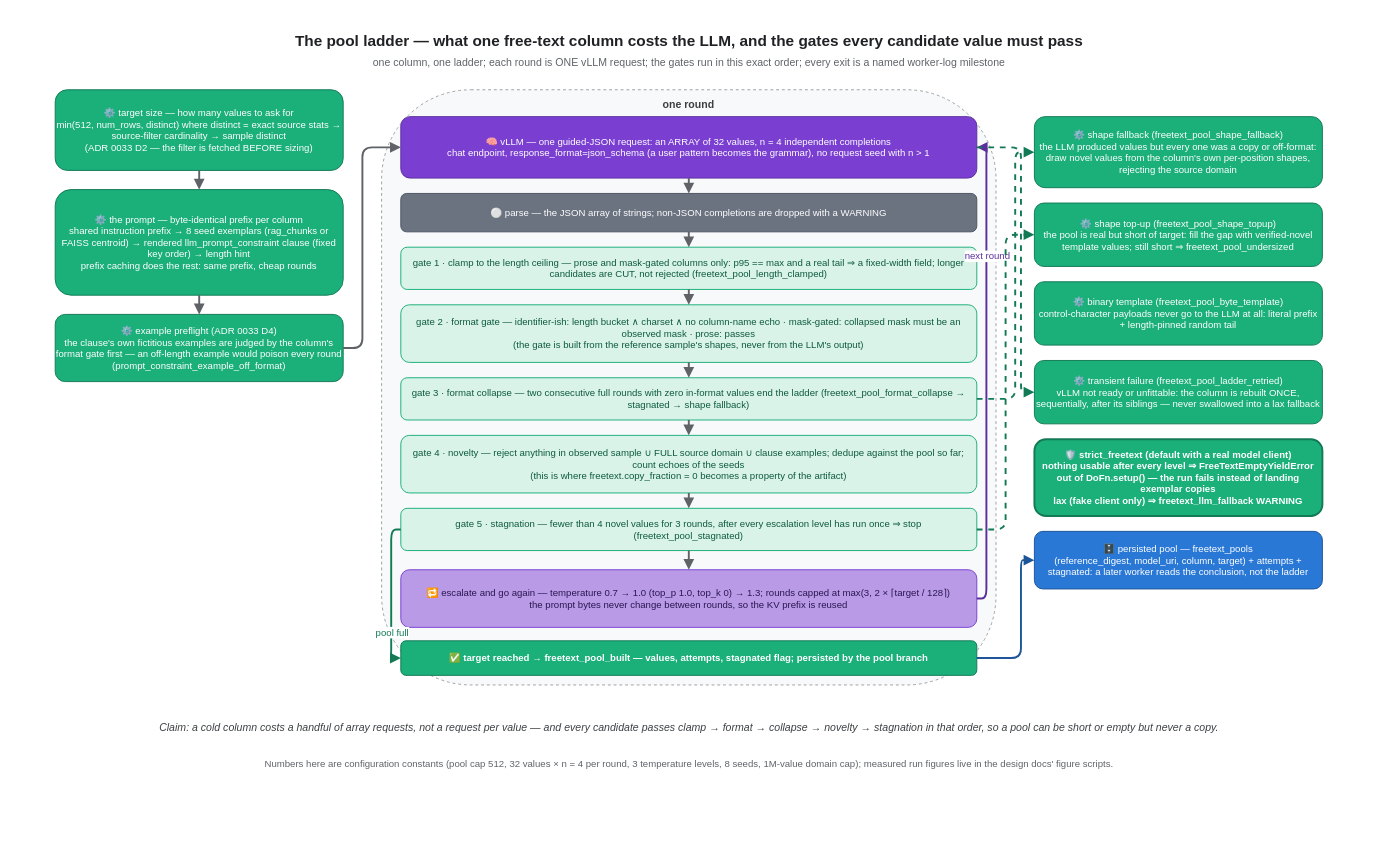
Earlier version of the draw.io diagram docs/articles/assets/freetext-pool-ladder.drawio (albertols/synthetic-llm-dataflow-bigquery). Source tidied: cells renumbered, new cells numbered last; positions are measured from the earlier drawing's top-left corner, leaving out a move shared by most shapes. Both pictures are drawn from the tidied source at 96%, with x=0, y=0 at pixel (16, 16).
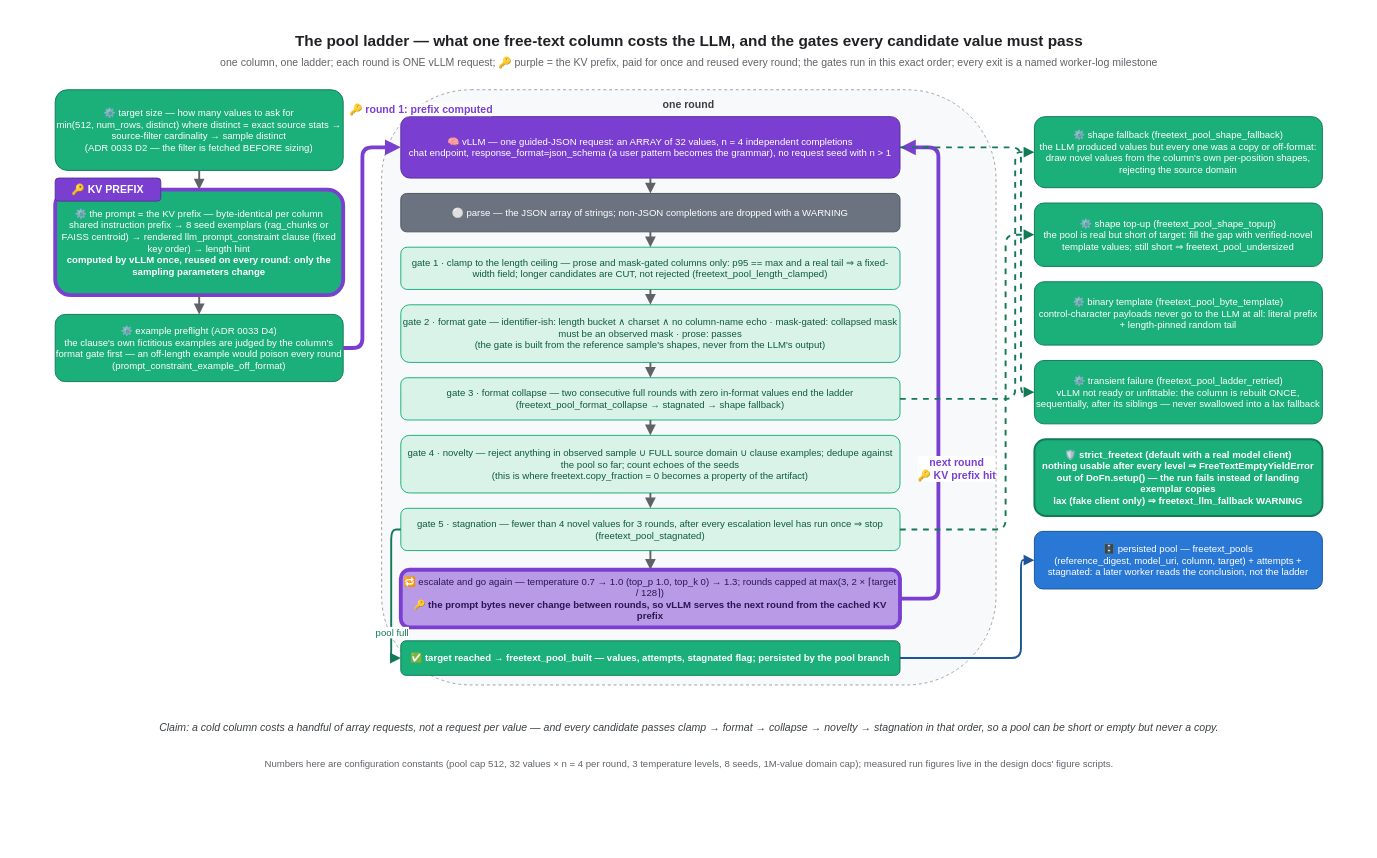
The same page after the edit.

Commit message (it also covers changes not shown here):
docs(articles): article 2 revision — lesson/fix labels, pool-cap section, KV-prefix + numbered-arrow figures, references

Unchanged cells that the change refers to:
```xml
<mxCell id="7" value="⚙️ example preflight (ADR 0033 D4)&lt;br&gt;the clause's own fictitious examples are judged by the column's format gate first — an off-length example would poison every round&lt;br&gt;(prompt_constraint_example_off_format)" style="rounded=1;whiteSpace=wrap;html=1;fillColor=#1baf7a;strokeColor=#127a55;fontColor=#ffffff;fontSize=10;align=center;" parent="1" vertex="1">
  <mxGeometry x="40" y="310" width="300" height="70" as="geometry" />
</mxCell>
```

Change to the diagram source:
```diff
@@
-    <mxCell id="4" value="one column, one ladder; each round is ONE vLLM request; the gates run in this exact order; every exit is a named worker-log milestone" style="text;html=1;align=center;verticalAlign=middle;fontSize=11;fontColor=#5f6368;" parent="1" vertex="1">
+    <mxCell id="4" value="one column, one ladder; each round is ONE vLLM request; 🔑 purple = the KV prefix, paid for once and reused every round; the gates run in this exact order; every exit is a named worker-log milestone" style="text;html=1;align=center;verticalAlign=middle;fontSize=11;fontColor=#5f6368;" parent="1" vertex="1">
       <mxGeometry x="100" y="38" width="1200" height="20" as="geometry" />
     </mxCell>
@@
-    <mxCell id="6" value="⚙️ the prompt — byte-identical prefix per column&lt;br&gt;shared instruction prefix → 8 seed exemplars (rag_chunks or FAISS centroid) → rendered llm_prompt_constraint clause (fixed key order) → length hint&lt;br&gt;prefix caching does the rest: same prefix, cheap rounds" style="rounded=1;whiteSpace=wrap;html=1;fillColor=#1baf7a;strokeColor=#127a55;fontColor=#ffffff;fontSize=10;align=center;" parent="1" vertex="1">
+    <mxCell id="6" value="⚙️ the prompt = the KV prefix — byte-identical per column&lt;br&gt;shared instruction prefix → 8 seed exemplars (rag_chunks or FAISS centroid) → rendered llm_prompt_constraint clause (fixed key order) → length hint&lt;br&gt;&lt;b&gt;computed by vLLM once, reused on every round: only the sampling parameters change&lt;/b&gt;" style="rounded=1;whiteSpace=wrap;html=1;fillColor=#1baf7a;strokeColor=#7a3fd1;strokeWidth=4;fontColor=#ffffff;fontSize=10;align=center;" parent="1" vertex="1">
       <mxGeometry x="40" y="180" width="300" height="110" as="geometry" />
     </mxCell>
+    <mxCell id="44" value="🔑 KV PREFIX" style="rounded=1;whiteSpace=wrap;html=1;fillColor=#7a3fd1;strokeColor=#5a2f9d;fontColor=#ffffff;fontSize=11;fontStyle=1;align=center;" parent="1" vertex="1">
+      <mxGeometry x="40" y="168" width="110" height="24" as="geometry" />
+    </mxCell>
@@
     <mxCell id="11" value="🧠 vLLM — one guided-JSON request: an ARRAY of 32 values, n = 4 independent completions&lt;br&gt;chat endpoint, response_format=json_schema (a user pattern becomes the grammar), no request seed with n &gt; 1" style="rounded=1;whiteSpace=wrap;html=1;fillColor=#7a3fd1;strokeColor=#5a2f9d;fontColor=#ffffff;fontSize=10;align=center;" parent="1" vertex="1">
-      <mxGeometry x="400" y="104" width="600" height="64" as="geometry" />
+      <mxGeometry x="400" y="104" width="520" height="64" as="geometry" />
     </mxCell>
     <mxCell id="12" value="⚪ parse — the JSON array of strings; non-JSON completions are dropped with a WARNING" style="rounded=1;whiteSpace=wrap;html=1;fillColor=#6b7280;strokeColor=#4b5563;fontColor=#ffffff;fontSize=10;align=center;" parent="1" vertex="1">
-      <mxGeometry x="400" y="184" width="600" height="40" as="geometry" />
+      <mxGeometry x="400" y="184" width="520" height="40" as="geometry" />
     </mxCell>
     <mxCell id="13" value="gate 1 · clamp to the length ceiling — prose and mask-gated columns only: p95 == max and a real tail ⇒ a fixed-width field; longer candidates are CUT, not rejected (freetext_pool_length_clamped)" style="rounded=1;whiteSpace=wrap;html=1;fillColor=#d9f3e8;strokeColor=#1baf7a;fontColor=#0e5a3e;fontSize=10;align=center;" parent="1" vertex="1">
-      <mxGeometry x="400" y="240" width="600" height="44" as="geometry" />
+      <mxGeometry x="400" y="240" width="520" height="44" as="geometry" />
     </mxCell>
     <mxCell id="14" value="gate 2 · format gate — identifier-ish: length bucket ∧ charset ∧ no column-name echo · mask-gated: collapsed mask must be an observed mask · prose: passes&lt;br&gt;(the gate is built from the reference sample's shapes, never from the LLM's output)" style="rounded=1;whiteSpace=wrap;html=1;fillColor=#d9f3e8;strokeColor=#1baf7a;fontColor=#0e5a3e;fontSize=10;align=center;" parent="1" vertex="1">
-      <mxGeometry x="400" y="300" width="600" height="60" as="geometry" />
+      <mxGeometry x="400" y="300" width="520" height="60" as="geometry" />
     </mxCell>
     <mxCell id="15" value="gate 3 · format collapse — two consecutive full rounds with zero in-format values end the ladder (freetext_pool_format_collapse → stagnated → shape fallback)" style="rounded=1;whiteSpace=wrap;html=1;fillColor=#d9f3e8;strokeColor=#1baf7a;fontColor=#0e5a3e;fontSize=10;align=center;" parent="1" vertex="1">
-      <mxGeometry x="400" y="376" width="600" height="44" as="geometry" />
+      <mxGeometry x="400" y="376" width="520" height="44" as="geometry" />
     </mxCell>
     <mxCell id="16" value="gate 4 · novelty — reject anything in observed sample ∪ FULL source domain ∪ clause examples; dedupe against the pool so far; count echoes of the seeds&lt;br&gt;(this is where freetext.copy_fraction = 0 becomes a property of the artifact)" style="rounded=1;whiteSpace=wrap;html=1;fillColor=#d9f3e8;strokeColor=#1baf7a;fontColor=#0e5a3e;fontSize=10;align=center;" parent="1" vertex="1">
-      <mxGeometry x="400" y="436" width="600" height="60" as="geometry" />
+      <mxGeometry x="400" y="436" width="520" height="60" as="geometry" />
     </mxCell>
     <mxCell id="17" value="gate 5 · stagnation — fewer than 4 novel values for 3 rounds, after every escalation level has run once ⇒ stop (freetext_pool_stagnated)" style="rounded=1;whiteSpace=wrap;html=1;fillColor=#d9f3e8;strokeColor=#1baf7a;fontColor=#0e5a3e;fontSize=10;align=center;" parent="1" vertex="1">
-      <mxGeometry x="400" y="512" width="600" height="44" as="geometry" />
+      <mxGeometry x="400" y="512" width="520" height="44" as="geometry" />
     </mxCell>
-    <mxCell id="18" value="🔁 escalate and go again — temperature 0.7 → 1.0 (top_p 1.0, top_k 0) → 1.3; rounds capped at max(3, 2 × ⌈target / 128⌉)&lt;br&gt;the prompt bytes never change between rounds, so the KV prefix is reused" style="rounded=1;whiteSpace=wrap;html=1;fillColor=#b89ae6;strokeColor=#7a3fd1;fontColor=#2b1651;fontSize=10;align=center;" parent="1" vertex="1">
-      <mxGeometry x="400" y="576" width="600" height="60" as="geometry" />
+    <mxCell id="18" value="🔁 escalate and go again — temperature 0.7 → 1.0 (top_p 1.0, top_k 0) → 1.3; rounds capped at max(3, 2 × ⌈target / 128⌉)&lt;br&gt;&lt;b&gt;🔑 the prompt bytes never change between rounds, so vLLM serves the next round from the cached KV prefix&lt;/b&gt;" style="rounded=1;whiteSpace=wrap;html=1;fillColor=#b89ae6;strokeColor=#7a3fd1;strokeWidth=4;fontColor=#2b1651;fontSize=10;align=center;" parent="1" vertex="1">
+      <mxGeometry x="400" y="576" width="520" height="60" as="geometry" />
     </mxCell>
     <mxCell id="19" value="✅ target reached → freetext_pool_built — values, attempts, stagnated flag; persisted by the pool branch" style="rounded=1;whiteSpace=wrap;html=1;fillColor=#1baf7a;strokeColor=#127a55;fontColor=#ffffff;fontSize=10;align=center;fontStyle=1;" parent="1" vertex="1">
-      <mxGeometry x="400" y="650" width="600" height="36" as="geometry" />
+      <mxGeometry x="400" y="650" width="520" height="36" as="geometry" />
     </mxCell>
@@
-    <mxCell id="27" style="edgeStyle=orthogonalEdgeStyle;rounded=1;html=1;strokeColor=#5a2f9d;strokeWidth=2;endArrow=block;endFill=1;exitX=1;exitY=0.5;exitDx=0;exitDy=0;entryX=1;entryY=0.5;entryDx=0;entryDy=0;" parent="1" edge="1" source="18" target="11">
+    <mxCell id="27" style="edgeStyle=orthogonalEdgeStyle;rounded=1;html=1;strokeColor=#7a3fd1;strokeWidth=4;endArrow=block;endFill=1;exitX=1;exitY=0.5;exitDx=0;exitDy=0;entryX=1;entryY=0.5;entryDx=0;entryDy=0;" parent="1" edge="1" source="18" target="11">
       <mxGeometry relative="1" as="geometry">
         <Array as="points">
-          <mxPoint x="1010" y="606" />
-          <mxPoint x="1010" y="136" />
+          <mxPoint x="960" y="606" />
+          <mxPoint x="960" y="136" />
         </Array>
       </mxGeometry>
     </mxCell>
-    <mxCell id="28" value="next round" style="edgeLabel;html=1;align=center;verticalAlign=middle;fontSize=10;fontColor=#5a2f9d;labelBackgroundColor=#ffffff;" parent="27" vertex="1">
-      <mxGeometry x="0.5" relative="1" as="geometry" />
+    <mxCell id="28" value="next round&lt;br&gt;🔑 KV prefix hit" style="edgeLabel;html=1;align=center;verticalAlign=middle;fontSize=11;fontStyle=1;fontColor=#7a3fd1;labelBackgroundColor=#ffffff;" parent="27" vertex="1">
+      <mxGeometry x="-0.36" relative="1" as="geometry">
+        <mxPoint x="18" as="offset" />
+      </mxGeometry>
     </mxCell>
@@
-    <mxCell id="31" style="edgeStyle=orthogonalEdgeStyle;rounded=1;html=1;strokeColor=#5f6368;strokeWidth=2;endArrow=block;endFill=1;exitX=1;exitY=0.5;exitDx=0;exitDy=0;entryX=0;entryY=0.5;entryDx=0;entryDy=0;" parent="1" edge="1" source="7" target="11">
+    <mxCell id="31" style="edgeStyle=orthogonalEdgeStyle;rounded=1;html=1;strokeColor=#7a3fd1;strokeWidth=4;endArrow=block;endFill=1;exitX=1;exitY=0.5;exitDx=0;exitDy=0;entryX=0;entryY=0.5;entryDx=0;entryDy=0;" parent="1" edge="1" source="7" target="11">
       <mxGeometry relative="1" as="geometry">
         <Array as="points">
           <mxPoint x="360" y="345" />
           <mxPoint x="360" y="136" />
         </Array>
       </mxGeometry>
     </mxCell>
+    <mxCell id="45" value="🔑 round 1: prefix computed" style="edgeLabel;html=1;align=center;verticalAlign=middle;fontSize=11;fontStyle=1;fontColor=#7a3fd1;labelBackgroundColor=#ffffff;" parent="31" vertex="1">
+      <mxGeometry x="1" relative="1" as="geometry">
+        <mxPoint x="20" y="-40" as="offset" />
+      </mxGeometry>
+    </mxCell>
```
